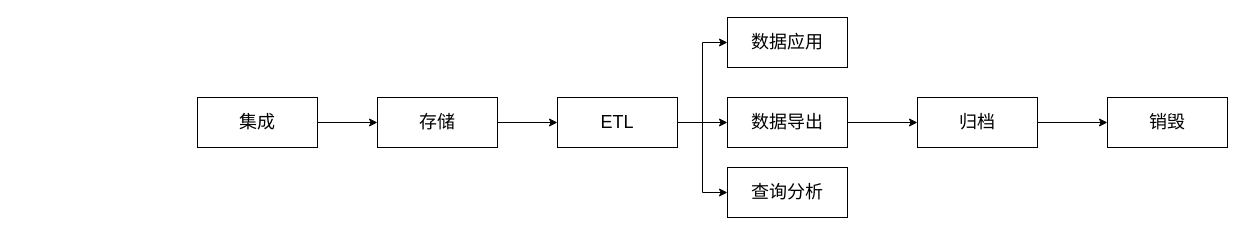
Earlier version of the draw.io diagram Untitled Diagram.drawio (hongweilv-whu/flowCharts). Source tidied: cells renumbered, new cells numbered last; positions are measured from the earlier drawing's top-left corner, leaving out a move shared by most shapes. Both pictures are drawn from the tidied source at 100%, with x=0, y=0 at pixel (197, 17).
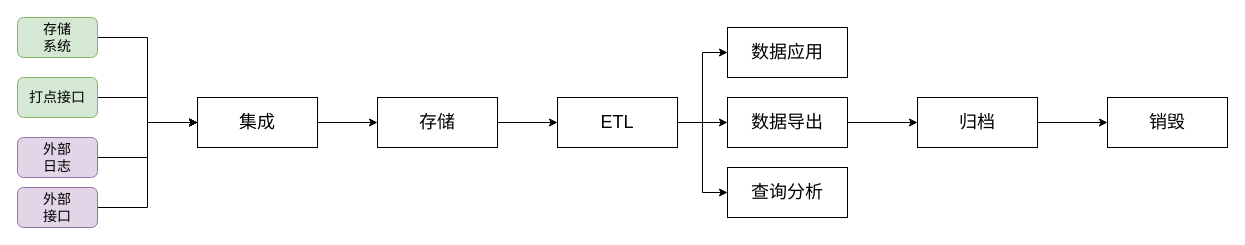
Above is the later version.

The change refers to these unchanged cells:
```xml
<mxCell id="3" value="&lt;font style=&quot;font-size: 18px&quot;&gt;集成&lt;/font&gt;" style="rounded=0;whiteSpace=wrap;html=1;" parent="1" vertex="1">
  <mxGeometry y="80" width="120" height="50" as="geometry" />
</mxCell>
```

Diff of the diagram source:
```diff
@@
     <mxCell id="13" value="&lt;font style=&quot;font-size: 18px&quot;&gt;数据应用&lt;/font&gt;" style="rounded=0;whiteSpace=wrap;html=1;" parent="1" vertex="1">
-      <mxGeometry x="530" width="120" height="50" as="geometry" />
+      <mxGeometry x="530" y="10" width="120" height="50" as="geometry" />
     </mxCell>
@@
+    <mxCell id="17" style="edgeStyle=orthogonalEdgeStyle;rounded=0;jettySize=auto;html=1;exitX=1;exitY=0.5;exitDx=0;exitDy=0;entryX=0;entryY=0.5;entryDx=0;entryDy=0;" parent="1" edge="1" source="18" target="3">
+      <mxGeometry relative="1" as="geometry" />
+    </mxCell>
+    <mxCell id="18" value="&lt;font style=&quot;font-size: 14px&quot;&gt;存储&lt;br&gt;系统&lt;/font&gt;" style="rounded=1;whiteSpace=wrap;html=1;fillColor=#d5e8d4;strokeColor=#82b366;shadow=0;" parent="1" vertex="1">
+      <mxGeometry x="-180" width="80" height="40" as="geometry" />
+    </mxCell>
+    <mxCell id="19" style="edgeStyle=orthogonalEdgeStyle;rounded=0;jettySize=auto;html=1;exitX=1;exitY=0.5;exitDx=0;exitDy=0;entryX=0;entryY=0.5;entryDx=0;entryDy=0;" parent="1" edge="1" source="20" target="3">
+      <mxGeometry relative="1" as="geometry" />
+    </mxCell>
+    <mxCell id="20" value="&lt;span style=&quot;font-size: 14px&quot;&gt;打点接口&lt;/span&gt;" style="rounded=1;whiteSpace=wrap;html=1;fillColor=#d5e8d4;strokeColor=#82b366;shadow=0;" parent="1" vertex="1">
+      <mxGeometry x="-180" y="60" width="80" height="40" as="geometry" />
+    </mxCell>
+    <mxCell id="21" style="edgeStyle=orthogonalEdgeStyle;rounded=0;jettySize=auto;html=1;exitX=1;exitY=0.5;exitDx=0;exitDy=0;entryX=0;entryY=0.5;entryDx=0;entryDy=0;" parent="1" edge="1" source="22" target="3">
+      <mxGeometry relative="1" as="geometry" />
+    </mxCell>
+    <mxCell id="22" value="&lt;span style=&quot;font-size: 14px&quot;&gt;外部&lt;br&gt;日志&lt;/span&gt;" style="rounded=1;whiteSpace=wrap;html=1;fillColor=#e1d5e7;strokeColor=#9673a6;shadow=0;" parent="1" vertex="1">
+      <mxGeometry x="-180" y="120" width="80" height="40" as="geometry" />
+    </mxCell>
+    <mxCell id="23" style="edgeStyle=orthogonalEdgeStyle;rounded=0;jettySize=auto;html=1;exitX=1;exitY=0.5;exitDx=0;exitDy=0;entryX=0;entryY=0.5;entryDx=0;entryDy=0;" parent="1" edge="1" source="24" target="3">
+      <mxGeometry relative="1" as="geometry" />
+    </mxCell>
+    <mxCell id="24" value="&lt;span style=&quot;font-size: 14px&quot;&gt;外部&lt;br&gt;接口&lt;/span&gt;" style="rounded=1;whiteSpace=wrap;html=1;fillColor=#e1d5e7;strokeColor=#9673a6;shadow=0;" parent="1" vertex="1">
+      <mxGeometry x="-180" y="170" width="80" height="40" as="geometry" />
+    </mxCell>
```
